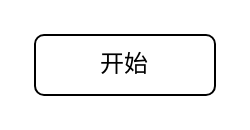
zhoushuaichang/app_diagrams_net keeps this draw.io diagram as flower/Untitled Diagram.drawio. Above is the earlier version. Source tidied: cells renumbered, new cells numbered last; positions are measured from the earlier drawing's top-left corner, leaving out a move shared by most shapes. Both pictures are drawn from the tidied source at 200%, with x=0, y=0 at pixel (34, 34).
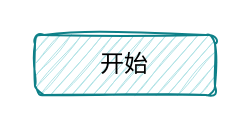
The same diagram, later.

Change to the diagram source:
```diff
@@
 <mxGraphModel>
   <root>
     <mxCell id="0" />
     <mxCell id="1" parent="0" />
-    <mxCell id="2" value="开始" style="rounded=1;whiteSpace=wrap;html=1;" parent="1" vertex="1">
+    <mxCell id="2" value="开始" style="rounded=1;whiteSpace=wrap;html=1;fillColor=#b0e3e6;gradientDirection=north;strokeColor=#0e8088;glass=0;shadow=0;sketch=1;" parent="1" vertex="1">
       <mxGeometry width="90" height="30" as="geometry" />
     </mxCell>
   </root>
 </mxGraphModel>
```
